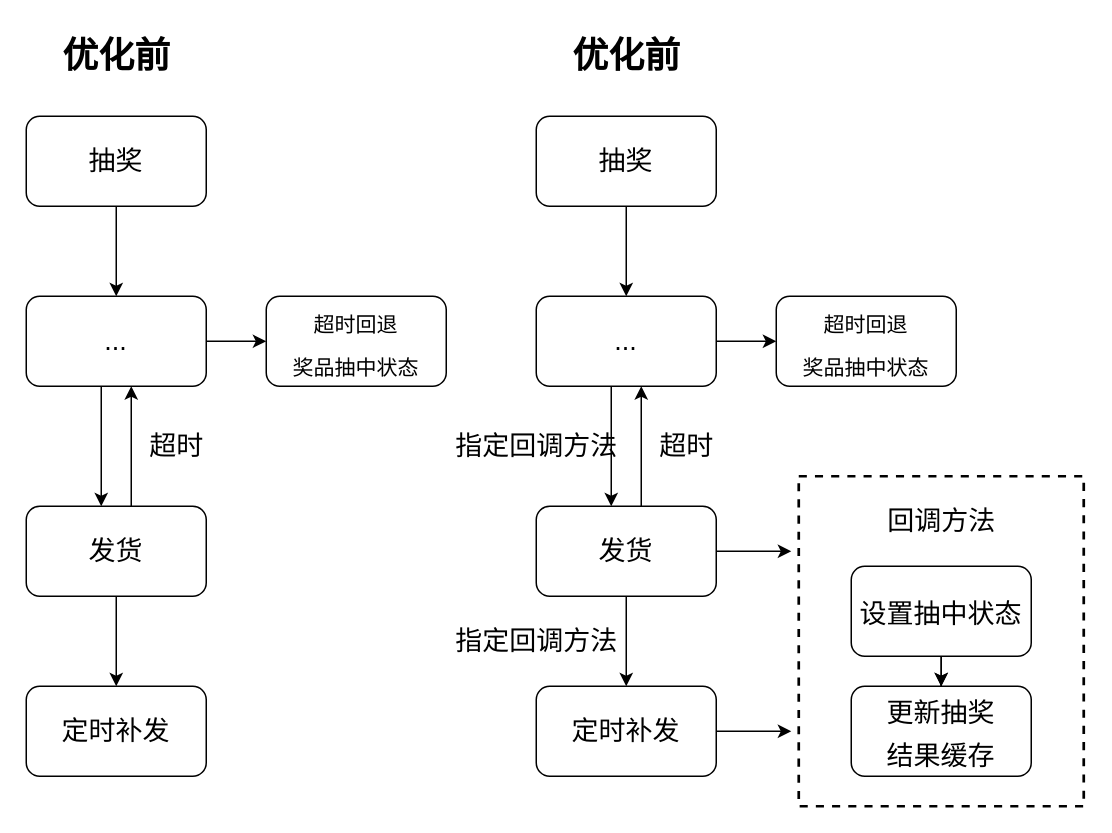
Before: 弱网发货.drawio in dingdu/7days-golang, a draw.io diagram. Source tidied: cells renumbered, new cells numbered last; positions are measured from the earlier drawing's top-left corner, leaving out a move shared by most shapes. Both pictures are drawn from the tidied source at 150%, with x=0, y=0 at pixel (26, 26).
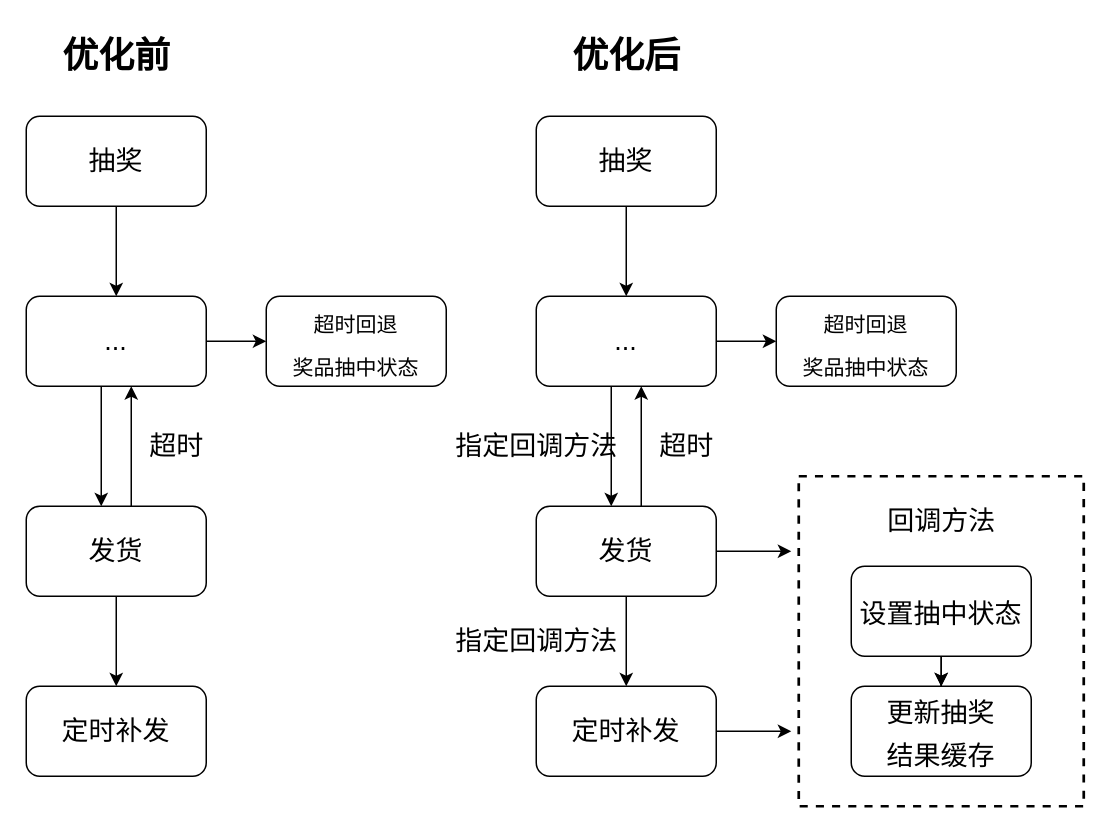
The same page after the edit.

Commit message:
更新弱网发货.drawio

The edit, as a diff of the source:
```diff
@@
-    <mxCell id="25" value="&lt;b&gt;&lt;font style=&quot;font-size: 24px;&quot;&gt;优化前&lt;/font&gt;&lt;/b&gt;" style="text;html=1;align=center;verticalAlign=middle;strokeColor=none;fillColor=none;fontSize=18;" parent="1" vertex="1">
+    <mxCell id="25" value="&lt;b&gt;&lt;font style=&quot;font-size: 24px;&quot;&gt;优化后&lt;/font&gt;&lt;/b&gt;" style="text;html=1;align=center;verticalAlign=middle;strokeColor=none;fillColor=none;fontSize=18;" parent="1" vertex="1">
       <mxGeometry x="350" width="100" height="40" as="geometry" />
     </mxCell>
```
